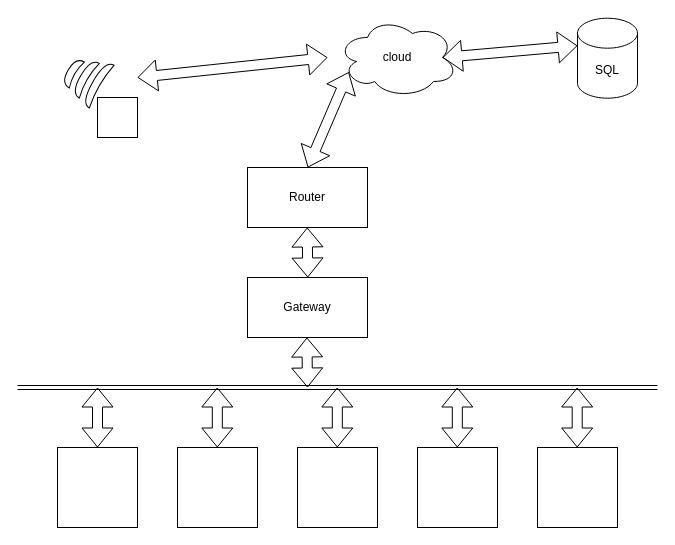
Before: Diagramas/EstructuradRed.drawio in dadd86/IoTWizards, a draw.io diagram. Source tidied: cells renumbered, new cells numbered last; positions are measured from the earlier drawing's top-left corner, leaving out a move shared by most shapes. Both pictures are drawn from the tidied source at 100%, with x=0, y=0 at pixel (17, 17).
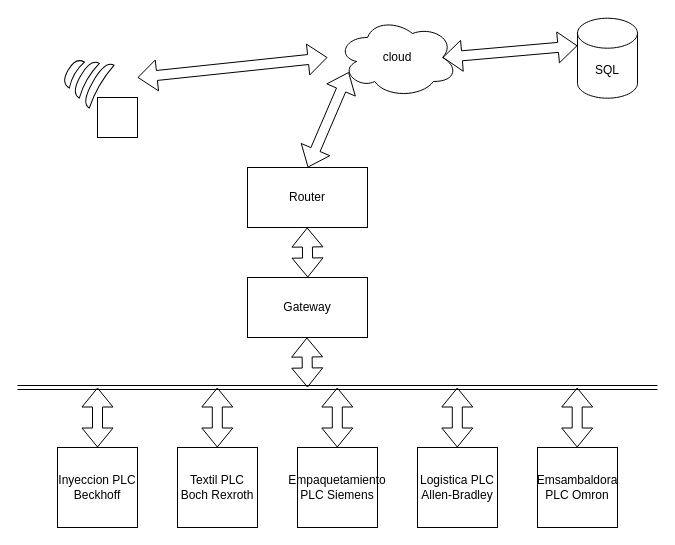
After the change.

What changed in the source:
```diff
@@
-    <mxCell id="4" style="whiteSpace=wrap;html=1;" parent="1" vertex="1">
+    <mxCell id="4" value="Inyeccion PLC Beckhoff" style="whiteSpace=wrap;html=1;" parent="1" vertex="1">
       <mxGeometry x="40" y="430" width="80" height="80" as="geometry" />
     </mxCell>
-    <mxCell id="5" style="whiteSpace=wrap;html=1;" parent="1" vertex="1">
+    <mxCell id="5" value="Textil PLC Boch Rexroth" style="whiteSpace=wrap;html=1;" parent="1" vertex="1">
       <mxGeometry x="160" y="430" width="80" height="80" as="geometry" />
     </mxCell>
-    <mxCell id="6" style="whiteSpace=wrap;html=1;" parent="1" vertex="1">
+    <mxCell id="6" value="Empaquetamiento PLC Siemens" style="whiteSpace=wrap;html=1;" parent="1" vertex="1">
       <mxGeometry x="280" y="430" width="80" height="80" as="geometry" />
     </mxCell>
-    <mxCell id="7" style="whiteSpace=wrap;html=1;" parent="1" vertex="1">
+    <mxCell id="7" value="Logistica PLC Allen-Bradley" style="whiteSpace=wrap;html=1;" parent="1" vertex="1">
       <mxGeometry x="400" y="430" width="80" height="80" as="geometry" />
     </mxCell>
-    <mxCell id="8" style="whiteSpace=wrap;html=1;" parent="1" vertex="1">
+    <mxCell id="8" value="Emsambaldora PLC Omron" style="whiteSpace=wrap;html=1;" parent="1" vertex="1">
       <mxGeometry x="520" y="430" width="80" height="80" as="geometry" />
     </mxCell>
```
